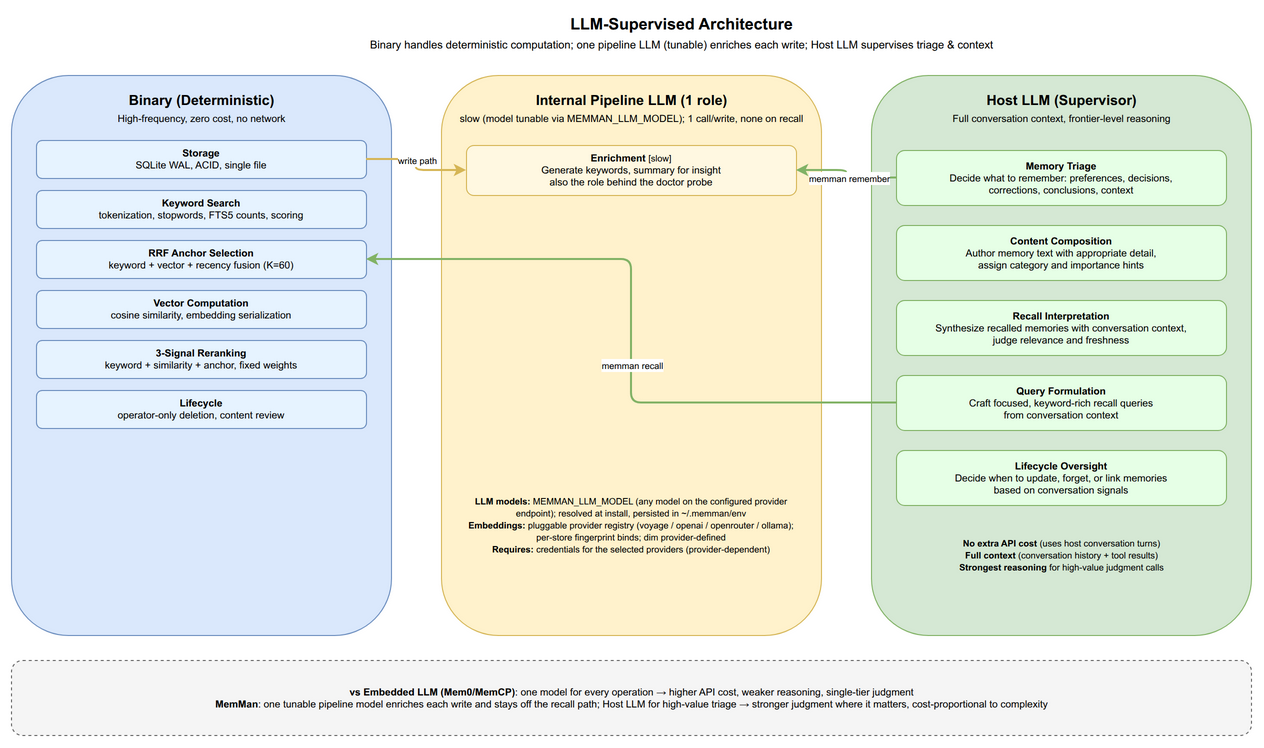
bissli/memman keeps this draw.io diagram as docs/diagrams/05-llm-supervised.drawio.png. Above is the earlier version. Source tidied: cells renumbered, new cells last; positions are measured from the earlier drawing's top-left corner, leaving out a move shared by most shapes.
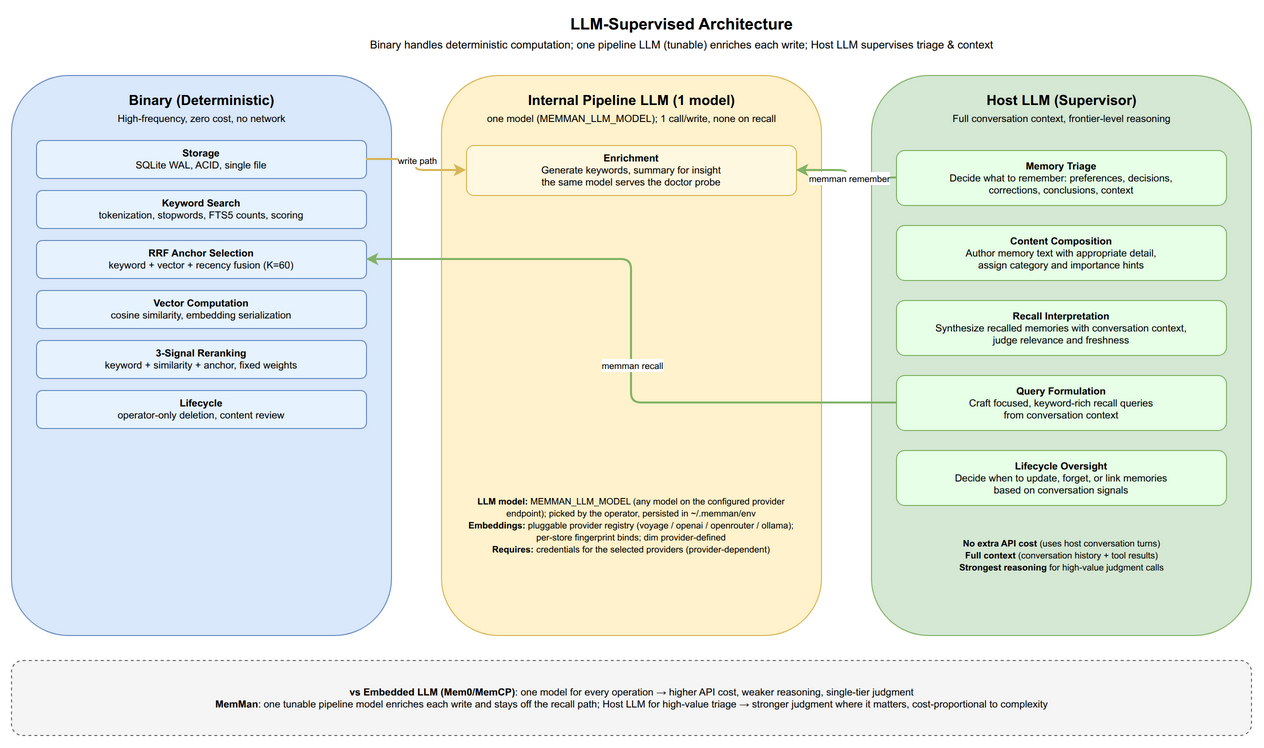
Later version of the same file.

Diff of the diagram source:
```diff
@@ -32,13 +32,13 @@
     <mxCell id="11" style="rounded=1;whiteSpace=wrap;html=1;fillColor=#fff2cc;strokeColor=#d6b656;verticalAlign=top;fontSize=11;" parent="1" vertex="1">
       <mxGeometry x="430" y="65" width="380" height="560" as="geometry" />
     </mxCell>
-    <mxCell id="12" value="&lt;b&gt;Internal Pipeline LLM (1 role)&lt;/b&gt;&lt;br&gt;&lt;font style=&quot;font-size:10px&quot;&gt;slow (model tunable via MEMMAN_LLM_MODEL); 1 call/write, none on recall&lt;/font&gt;" style="text;html=1;align=center;fontSize=14;fillColor=none;strokeColor=none;" parent="1" vertex="1">
+    <mxCell id="12" value="&lt;b&gt;Internal Pipeline LLM (1 model)&lt;/b&gt;&lt;br&gt;&lt;font style=&quot;font-size:10px&quot;&gt;one model (MEMMAN_LLM_MODEL); 1 call/write, none on recall&lt;/font&gt;" style="text;html=1;align=center;fontSize=14;fillColor=none;strokeColor=none;" parent="1" vertex="1">
       <mxGeometry x="455" y="75" width="330" height="40" as="geometry" />
     </mxCell>
-    <mxCell id="13" value="&lt;b&gt;Enrichment&lt;/b&gt; &lt;font style=&quot;font-size:9px&quot;&gt;[slow]&lt;/font&gt;&lt;br&gt;Generate keywords, summary for insight&lt;br&gt;also the role behind the doctor probe" style="rounded=1;whiteSpace=wrap;html=1;fillColor=#FFF8E1;strokeColor=#d6b656;fontSize=10;" parent="1" vertex="1">
+    <mxCell id="13" value="&lt;b&gt;Enrichment&lt;/b&gt;&lt;br&gt;Generate keywords, summary for insight&lt;br&gt;the same model serves the doctor probe" style="rounded=1;whiteSpace=wrap;html=1;fillColor=#FFF8E1;strokeColor=#d6b656;fontSize=10;" parent="1" vertex="1">
       <mxGeometry x="455" y="135" width="330" height="50" as="geometry" />
     </mxCell>
-    <mxCell id="14" value="&lt;font style=&quot;font-size:9px&quot;&gt;&lt;b&gt;LLM models:&lt;/b&gt; MEMMAN_LLM_MODEL (any model on the configured provider endpoint); resolved at install, persisted in ~/.memman/env&lt;br&gt;&lt;b&gt;Embeddings:&lt;/b&gt; pluggable provider registry (voyage / openai / openrouter / ollama); per-store fingerprint binds; dim provider-defined&lt;br&gt;&lt;b&gt;Requires:&lt;/b&gt; credentials for the selected providers (provider-dependent)&lt;/font&gt;" style="text;html=1;whiteSpace=wrap;align=center;fontSize=10;fillColor=none;strokeColor=none;verticalAlign=middle;" parent="1" vertex="1">
+    <mxCell id="14" value="&lt;font style=&quot;font-size:9px&quot;&gt;&lt;b&gt;LLM model:&lt;/b&gt; MEMMAN_LLM_MODEL (any model on the configured provider endpoint); picked by the operator, persisted in ~/.memman/env&lt;br&gt;&lt;b&gt;Embeddings:&lt;/b&gt; pluggable provider registry (voyage / openai / openrouter / ollama); per-store fingerprint binds; dim provider-defined&lt;br&gt;&lt;b&gt;Requires:&lt;/b&gt; credentials for the selected providers (provider-dependent)&lt;/font&gt;" style="text;html=1;whiteSpace=wrap;align=center;fontSize=10;fillColor=none;strokeColor=none;verticalAlign=middle;" parent="1" vertex="1">
       <mxGeometry x="455" y="470" width="330" height="90" as="geometry" />
     </mxCell>
     <mxCell id="15" style="rounded=1;whiteSpace=wrap;html=1;fillColor=#d5e8d4;strokeColor=#82b366;verticalAlign=top;fontSize=11;" parent="1" vertex="1">
```
